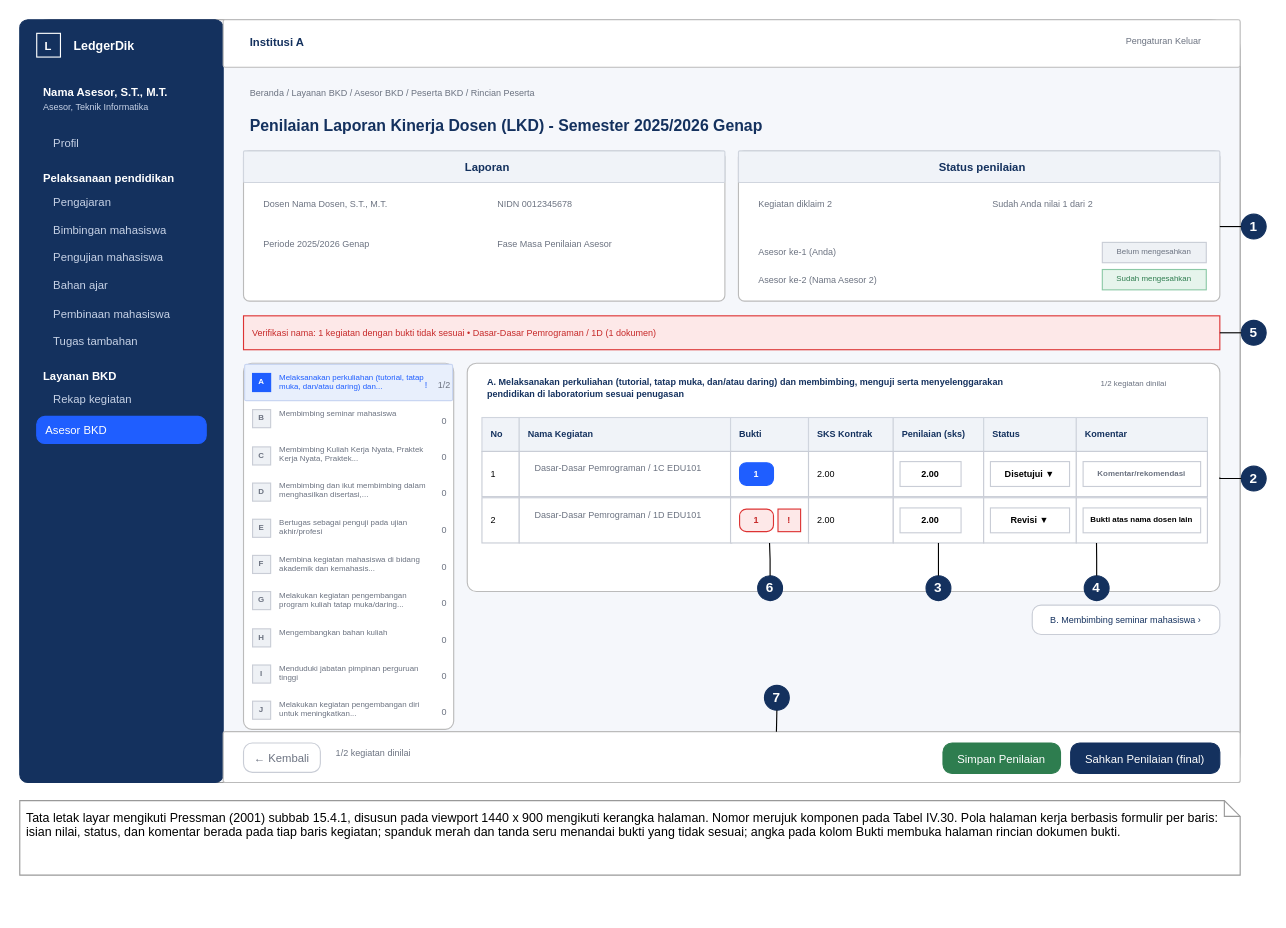
This is docs/diagram/IV-19-antarmuka-penilaian-asesor.drawio from SandChik/TugasAkhir, a draw.io file, before an edit. Source tidied: cells renumbered, new cells numbered last; positions are measured from the earlier drawing's top-left corner, leaving out a move shared by most shapes. Both pictures are drawn from the tidied source at 113%, with x=0, y=0 at pixel (19, 19).
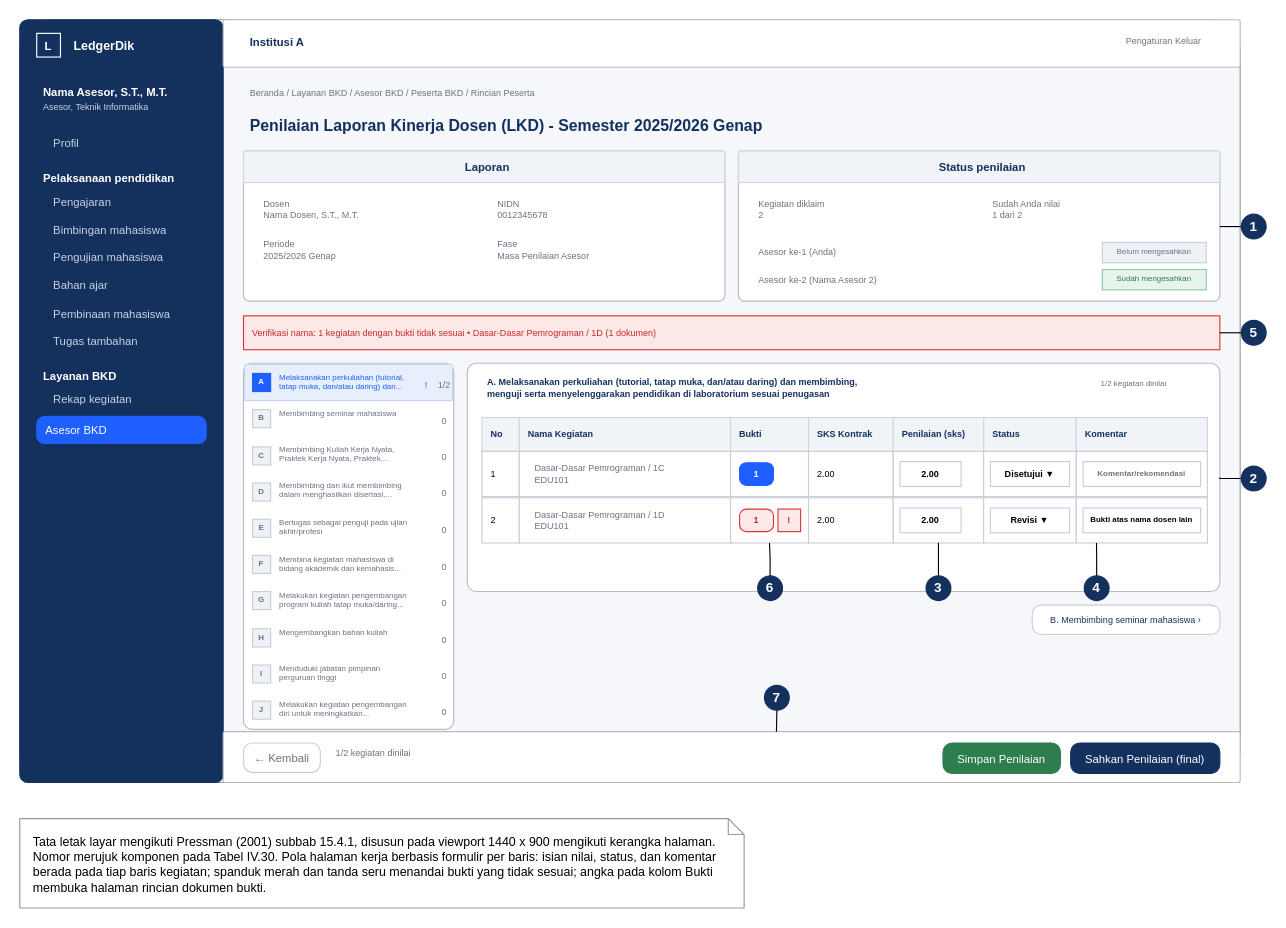
The same page after the edit.

The change refers to these unchanged cells:
```xml
<mxCell id="24" style="rounded=1;arcSize=4;verticalAlign=top;fontStyle=1;spacingTop=2;spacingLeft=6;whiteSpace=wrap;html=1;fontSize=11;align=center;strokeColor=#bbbbbb;fillColor=#ffffff;" parent="1" vertex="1">
  <mxGeometry x="198" y="116" width="426" height="133" as="geometry" />
</mxCell>
<mxCell id="30" style="rounded=1;arcSize=4;verticalAlign=top;fontStyle=1;spacingTop=2;spacingLeft=6;whiteSpace=wrap;html=1;fontSize=11;align=center;strokeColor=#bbbbbb;fillColor=#ffffff;" parent="1" vertex="1">
  <mxGeometry x="636" y="116" width="426" height="133" as="geometry" />
</mxCell>
<mxCell id="39" style="rounded=1;arcSize=4;verticalAlign=top;fontStyle=1;spacingTop=2;spacingLeft=6;whiteSpace=wrap;html=1;fontSize=11;align=center;strokeColor=#bbbbbb;fillColor=#ffffff;" parent="1" vertex="1">
  <mxGeometry x="198" y="304" width="186" height="324" as="geometry" />
</mxCell>
<mxCell id="72" style="rounded=1;arcSize=4;verticalAlign=top;fontStyle=1;spacingTop=2;spacingLeft=6;whiteSpace=wrap;html=1;fontSize=11;align=center;strokeColor=#bbbbbb;fillColor=#ffffff;" parent="1" vertex="1">
  <mxGeometry x="396" y="304" width="666" height="202" as="geometry" />
</mxCell>
<mxCell id="83" style="rounded=0;whiteSpace=wrap;html=1;fontSize=8;align=center;strokeColor=#c9cdd6;fillColor=#ffffff;" parent="1" vertex="1">
  <mxGeometry x="442" y="382" width="188" height="40" as="geometry" />
</mxCell>
<mxCell id="95" style="rounded=0;whiteSpace=wrap;html=1;fontSize=8;align=center;strokeColor=#c9cdd6;fillColor=#ffffff;" parent="1" vertex="1">
  <mxGeometry x="442" y="423" width="188" height="40" as="geometry" />
</mxCell>
```

Diff of the diagram source:
```diff
@@
-    <mxCell id="26" value="Dosen Nama Dosen, S.T., M.T." style="text;strokeColor=none;whiteSpace=wrap;html=1;fontSize=8;align=left;strokeColor=none;fillColor=none;spacing=0;fontColor=#6b7280;spacingLeft=6;" parent="24" vertex="1">
+    <mxCell id="26" value="Dosen&lt;br&gt;Nama Dosen, S.T., M.T." style="text;strokeColor=none;whiteSpace=wrap;html=1;fontSize=8;align=left;strokeColor=none;fillColor=none;spacing=0;fontColor=#6b7280;spacingLeft=6;" parent="24" vertex="1">
       <mxGeometry x="12" y="38" width="195" height="30" as="geometry" />
     </mxCell>
-    <mxCell id="27" value="NIDN 0012345678" style="text;strokeColor=none;whiteSpace=wrap;html=1;fontSize=8;align=left;strokeColor=none;fillColor=none;spacing=0;fontColor=#6b7280;spacingLeft=6;" parent="24" vertex="1">
+    <mxCell id="27" value="NIDN&lt;br&gt;0012345678" style="text;strokeColor=none;whiteSpace=wrap;html=1;fontSize=8;align=left;strokeColor=none;fillColor=none;spacing=0;fontColor=#6b7280;spacingLeft=6;" parent="24" vertex="1">
       <mxGeometry x="219" y="38" width="195" height="30" as="geometry" />
     </mxCell>
-    <mxCell id="28" value="Periode 2025/2026 Genap" style="text;strokeColor=none;whiteSpace=wrap;html=1;fontSize=8;align=left;strokeColor=none;fillColor=none;spacing=0;fontColor=#6b7280;spacingLeft=6;" parent="24" vertex="1">
+    <mxCell id="28" value="Periode&lt;br&gt;2025/2026 Genap" style="text;strokeColor=none;whiteSpace=wrap;html=1;fontSize=8;align=left;strokeColor=none;fillColor=none;spacing=0;fontColor=#6b7280;spacingLeft=6;" parent="24" vertex="1">
       <mxGeometry x="12" y="74" width="195" height="30" as="geometry" />
     </mxCell>
-    <mxCell id="29" value="Fase Masa Penilaian Asesor" style="text;strokeColor=none;whiteSpace=wrap;html=1;fontSize=8;align=left;strokeColor=none;fillColor=none;spacing=0;fontColor=#6b7280;spacingLeft=6;" parent="24" vertex="1">
+    <mxCell id="29" value="Fase&lt;br&gt;Masa Penilaian Asesor" style="text;strokeColor=none;whiteSpace=wrap;html=1;fontSize=8;align=left;strokeColor=none;fillColor=none;spacing=0;fontColor=#6b7280;spacingLeft=6;" parent="24" vertex="1">
       <mxGeometry x="219" y="74" width="195" height="30" as="geometry" />
     </mxCell>
@@
-    <mxCell id="32" value="Kegiatan diklaim 2" style="text;strokeColor=none;whiteSpace=wrap;html=1;fontSize=8;align=left;strokeColor=none;fillColor=none;spacing=0;fontColor=#6b7280;spacingLeft=6;" parent="30" vertex="1">
+    <mxCell id="32" value="Kegiatan diklaim&lt;br&gt;2" style="text;strokeColor=none;whiteSpace=wrap;html=1;fontSize=8;align=left;strokeColor=none;fillColor=none;spacing=0;fontColor=#6b7280;spacingLeft=6;" parent="30" vertex="1">
       <mxGeometry x="12" y="38" width="195" height="30" as="geometry" />
     </mxCell>
-    <mxCell id="33" value="Sudah Anda nilai 1 dari 2" style="text;strokeColor=none;whiteSpace=wrap;html=1;fontSize=8;align=left;strokeColor=none;fillColor=none;spacing=0;fontColor=#6b7280;spacingLeft=6;" parent="30" vertex="1">
+    <mxCell id="33" value="Sudah Anda nilai&lt;br&gt;1 dari 2" style="text;strokeColor=none;whiteSpace=wrap;html=1;fontSize=8;align=left;strokeColor=none;fillColor=none;spacing=0;fontColor=#6b7280;spacingLeft=6;" parent="30" vertex="1">
       <mxGeometry x="219" y="38" width="195" height="30" as="geometry" />
     </mxCell>
@@
-    <mxCell id="42" value="Melaksanakan perkuliahan (tutorial, tatap muka, dan/atau daring) dan..." style="text;strokeColor=none;whiteSpace=wrap;html=1;fontSize=7;align=left;strokeColor=none;fillColor=none;spacing=0;fontColor=#1f5eff;spacingLeft=6;" parent="39" vertex="1">
+    <mxCell id="42" value="Melaksanakan perkuliahan (tutorial,&lt;br&gt;tatap muka, dan/atau daring) dan..." style="text;strokeColor=none;whiteSpace=wrap;html=1;fontSize=7;align=left;strokeColor=none;fillColor=none;spacing=0;fontColor=#1f5eff;spacingLeft=6;" parent="39" vertex="1">
       <mxGeometry x="26" y="4" width="134" height="26" as="geometry" />
     </mxCell>
@@
-    <mxCell id="49" value="Membimbing Kuliah Kerja Nyata, Praktek Kerja Nyata, Praktek..." style="text;strokeColor=none;whiteSpace=wrap;html=1;fontSize=7;align=left;strokeColor=none;fillColor=none;spacing=0;fontColor=#6b7280;spacingLeft=6;" parent="39" vertex="1">
+    <mxCell id="49" value="Membimbing Kuliah Kerja Nyata,&lt;br&gt;Praktek Kerja Nyata, Praktek..." style="text;strokeColor=none;whiteSpace=wrap;html=1;fontSize=7;align=left;strokeColor=none;fillColor=none;spacing=0;fontColor=#6b7280;spacingLeft=6;" parent="39" vertex="1">
       <mxGeometry x="26" y="68" width="134" height="26" as="geometry" />
     </mxCell>
@@
-    <mxCell id="52" value="Membimbing dan ikut membimbing dalam menghasilkan disertasi,..." style="text;strokeColor=none;whiteSpace=wrap;html=1;fontSize=7;align=left;strokeColor=none;fillColor=none;spacing=0;fontColor=#6b7280;spacingLeft=6;" parent="39" vertex="1">
+    <mxCell id="52" value="Membimbing dan ikut membimbing&lt;br&gt;dalam menghasilkan disertasi,..." style="text;strokeColor=none;whiteSpace=wrap;html=1;fontSize=7;align=left;strokeColor=none;fillColor=none;spacing=0;fontColor=#6b7280;spacingLeft=6;" parent="39" vertex="1">
       <mxGeometry x="26" y="100" width="134" height="26" as="geometry" />
     </mxCell>
@@
-    <mxCell id="55" value="Bertugas sebagai penguji pada ujian akhir/profesi" style="text;strokeColor=none;whiteSpace=wrap;html=1;fontSize=7;align=left;strokeColor=none;fillColor=none;spacing=0;fontColor=#6b7280;spacingLeft=6;" parent="39" vertex="1">
+    <mxCell id="55" value="Bertugas sebagai penguji pada ujian&lt;br&gt;akhir/profesi" style="text;strokeColor=none;whiteSpace=wrap;html=1;fontSize=7;align=left;strokeColor=none;fillColor=none;spacing=0;fontColor=#6b7280;spacingLeft=6;" parent="39" vertex="1">
       <mxGeometry x="26" y="133" width="134" height="26" as="geometry" />
     </mxCell>
@@
-    <mxCell id="58" value="Membina kegiatan mahasiswa di bidang akademik dan kemahasis..." style="text;strokeColor=none;whiteSpace=wrap;html=1;fontSize=7;align=left;strokeColor=none;fillColor=none;spacing=0;fontColor=#6b7280;spacingLeft=6;" parent="39" vertex="1">
+    <mxCell id="58" value="Membina kegiatan mahasiswa di&lt;br&gt;bidang akademik dan kemahasis..." style="text;strokeColor=none;whiteSpace=wrap;html=1;fontSize=7;align=left;strokeColor=none;fillColor=none;spacing=0;fontColor=#6b7280;spacingLeft=6;" parent="39" vertex="1">
       <mxGeometry x="26" y="165" width="134" height="26" as="geometry" />
     </mxCell>
@@
-    <mxCell id="61" value="Melakukan kegiatan pengembangan program kuliah tatap muka/daring..." style="text;strokeColor=none;whiteSpace=wrap;html=1;fontSize=7;align=left;strokeColor=none;fillColor=none;spacing=0;fontColor=#6b7280;spacingLeft=6;" parent="39" vertex="1">
+    <mxCell id="61" value="Melakukan kegiatan pengembangan&lt;br&gt;program kuliah tatap muka/daring..." style="text;strokeColor=none;whiteSpace=wrap;html=1;fontSize=7;align=left;strokeColor=none;fillColor=none;spacing=0;fontColor=#6b7280;spacingLeft=6;" parent="39" vertex="1">
       <mxGeometry x="26" y="197" width="134" height="26" as="geometry" />
     </mxCell>
@@
-    <mxCell id="67" value="Menduduki jabatan pimpinan perguruan tinggi" style="text;strokeColor=none;whiteSpace=wrap;html=1;fontSize=7;align=left;strokeColor=none;fillColor=none;spacing=0;fontColor=#6b7280;spacingLeft=6;" parent="39" vertex="1">
+    <mxCell id="67" value="Menduduki jabatan pimpinan&lt;br&gt;perguruan tinggi" style="text;strokeColor=none;whiteSpace=wrap;html=1;fontSize=7;align=left;strokeColor=none;fillColor=none;spacing=0;fontColor=#6b7280;spacingLeft=6;" parent="39" vertex="1">
       <mxGeometry x="26" y="262" width="134" height="26" as="geometry" />
     </mxCell>
@@
-    <mxCell id="70" value="Melakukan kegiatan pengembangan diri untuk meningkatkan..." style="text;strokeColor=none;whiteSpace=wrap;html=1;fontSize=7;align=left;strokeColor=none;fillColor=none;spacing=0;fontColor=#6b7280;spacingLeft=6;" parent="39" vertex="1">
+    <mxCell id="70" value="Melakukan kegiatan pengembangan&lt;br&gt;diri untuk meningkatkan..." style="text;strokeColor=none;whiteSpace=wrap;html=1;fontSize=7;align=left;strokeColor=none;fillColor=none;spacing=0;fontColor=#6b7280;spacingLeft=6;" parent="39" vertex="1">
       <mxGeometry x="26" y="294" width="134" height="26" as="geometry" />
     </mxCell>
@@
-    <mxCell id="73" value="A. Melaksanakan perkuliahan (tutorial, tatap muka, dan/atau daring) dan membimbing, menguji serta menyelenggarakan pendidikan di laboratorium sesuai penugasan" style="text;strokeColor=none;whiteSpace=wrap;html=1;fontSize=8;align=left;strokeColor=none;fillColor=none;spacing=0;fontStyle=1;fontColor=#14315e;spacingLeft=6;" parent="72" vertex="1">
+    <mxCell id="73" value="A. Melaksanakan perkuliahan (tutorial, tatap muka, dan/atau daring) dan membimbing,&lt;br&gt;menguji serta menyelenggarakan pendidikan di laboratorium sesuai penugasan" style="text;strokeColor=none;whiteSpace=wrap;html=1;fontSize=8;align=left;strokeColor=none;fillColor=none;spacing=0;fontStyle=1;fontColor=#14315e;spacingLeft=6;" parent="72" vertex="1">
       <mxGeometry x="12" y="8" width="480" height="30" as="geometry" />
     </mxCell>
@@
-    <mxCell id="84" value="Dasar-Dasar Pemrograman / 1C EDU101" style="text;strokeColor=none;whiteSpace=wrap;html=1;fontSize=8;align=left;strokeColor=none;fillColor=none;spacing=0;fontColor=#6b7280;spacingLeft=6;" parent="83" vertex="1">
+    <mxCell id="84" value="Dasar-Dasar Pemrograman / 1C&lt;br&gt;EDU101" style="text;strokeColor=none;whiteSpace=wrap;html=1;fontSize=8;align=left;strokeColor=none;fillColor=none;spacing=0;fontColor=#6b7280;spacingLeft=6;" parent="83" vertex="1">
       <mxGeometry x="8" y="6" width="172" height="30" as="geometry" />
     </mxCell>
@@
-    <mxCell id="96" value="Dasar-Dasar Pemrograman / 1D EDU101" style="text;strokeColor=none;whiteSpace=wrap;html=1;fontSize=8;align=left;strokeColor=none;fillColor=none;spacing=0;fontColor=#6b7280;spacingLeft=6;" parent="95" vertex="1">
+    <mxCell id="96" value="Dasar-Dasar Pemrograman / 1D&lt;br&gt;EDU101" style="text;strokeColor=none;whiteSpace=wrap;html=1;fontSize=8;align=left;strokeColor=none;fillColor=none;spacing=0;fontColor=#6b7280;spacingLeft=6;" parent="95" vertex="1">
       <mxGeometry x="8" y="6" width="172" height="30" as="geometry" />
     </mxCell>
@@
-    <mxCell id="120" value="Tata letak layar mengikuti Pressman (2001) subbab 15.4.1, disusun pada viewport 1440 x 900 mengikuti kerangka halaman. Nomor merujuk komponen pada Tabel IV.30. Pola halaman kerja berbasis formulir per baris: isian nilai, status, dan komentar berada pada tiap baris kegiatan; spanduk merah dan tanda seru menandai bukti yang tidak sesuai; angka pada kolom Bukti membuka halaman rincian dokumen bukti." style="shape=note;size=14;verticalAlign=top;spacingLeft=4;spacingTop=2;whiteSpace=wrap;html=1;fontSize=11;align=left;strokeColor=#999999;fillColor=#ffffff;" parent="1" vertex="1">
-      <mxGeometry y="691" width="1080" height="66" as="geometry" />
+    <mxCell id="120" value="Tata letak layar mengikuti Pressman (2001) subbab 15.4.1, disusun pada viewport 1440 x 900 mengikuti kerangka halaman.&lt;br&gt;Nomor merujuk komponen pada Tabel IV.30. Pola halaman kerja berbasis formulir per baris: isian nilai, status, dan komentar&lt;br&gt;berada pada tiap baris kegiatan; spanduk merah dan tanda seru menandai bukti yang tidak sesuai; angka pada kolom Bukti&lt;br&gt;membuka halaman rincian dokumen bukti." style="shape=note;size=14;verticalAlign=top;spacingLeft=10;spacingRight=20;spacingTop=8;whiteSpace=wrap;html=1;fontSize=11;align=left;strokeColor=#999999;fillColor=#ffffff;" parent="1" vertex="1">
+      <mxGeometry y="707" width="641" height="79" as="geometry" />
     </mxCell>
```
